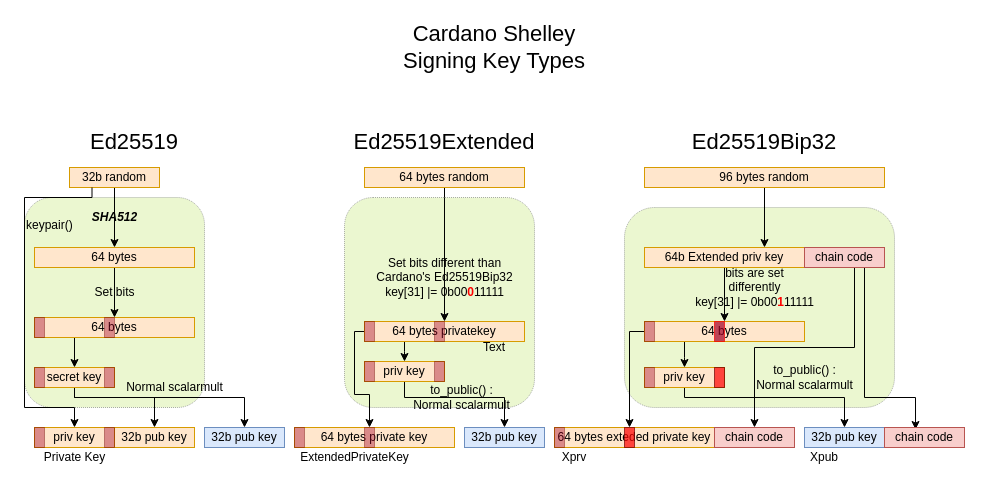
Before: diagrams/Ed25519 Types.drawio in ilap/ShelleyStuffs, a draw.io diagram. Source tidied: cells renumbered, new cells numbered last; positions are measured from the earlier drawing's top-left corner, leaving out a move shared by most shapes. Both pictures are drawn from the tidied source at 100%, with x=0, y=0 at pixel (24, 17).
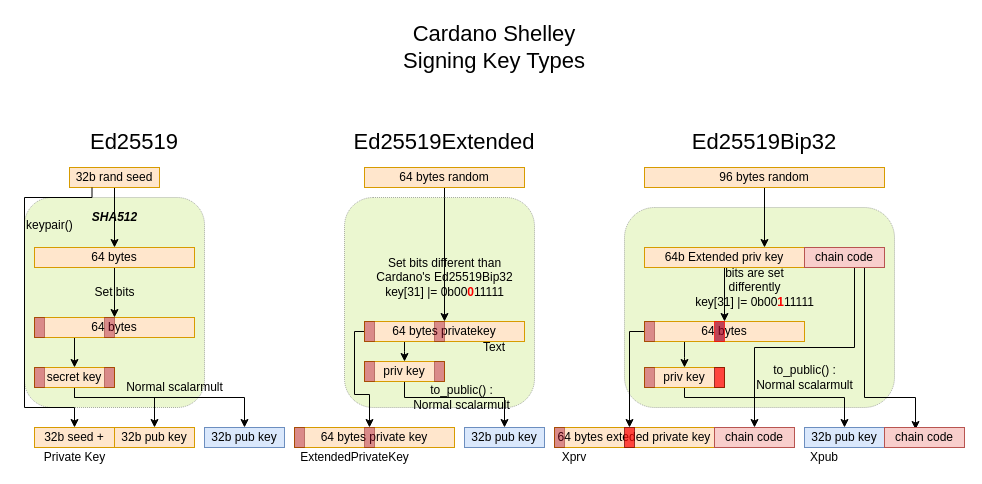
After the change.

Diff of the diagram source:
```diff
@@
-    <mxCell id="15" value="32b random" style="rounded=0;whiteSpace=wrap;html=1;fontSize=12;align=center;fillColor=#ffe6cc;strokeColor=#d79b00;" parent="1" vertex="1">
+    <mxCell id="15" value="32b rand seed" style="rounded=0;whiteSpace=wrap;html=1;fontSize=12;align=center;fillColor=#ffe6cc;strokeColor=#d79b00;" parent="1" vertex="1">
       <mxGeometry x="45" y="150" width="90" height="20" as="geometry" />
     </mxCell>
@@
-    <mxCell id="38" value="priv key" style="rounded=0;whiteSpace=wrap;html=1;fontSize=12;align=center;fillColor=#ffe6cc;strokeColor=#d79b00;fontStyle=0;" parent="1" vertex="1">
+    <mxCell id="38" value="32b seed +" style="rounded=0;whiteSpace=wrap;html=1;fontSize=12;align=center;fillColor=#ffe6cc;strokeColor=#d79b00;fontStyle=0;" parent="1" vertex="1">
       <mxGeometry x="10" y="410" width="80" height="20" as="geometry" />
     </mxCell>
-    <mxCell id="39" style="rounded=0;whiteSpace=wrap;html=1;fontSize=12;align=center;fillColor=#a20025;strokeColor=#6F0000;fontColor=#ffffff;opacity=40;" parent="1" vertex="1">
-      <mxGeometry x="10" y="410" width="10" height="20" as="geometry" />
-    </mxCell>
-    <mxCell id="40" style="rounded=0;whiteSpace=wrap;html=1;fontSize=12;align=center;fillColor=#a20025;strokeColor=#6F0000;fontColor=#ffffff;opacity=40;" parent="1" vertex="1">
-      <mxGeometry x="80" y="410" width="10" height="20" as="geometry" />
-    </mxCell>
```
